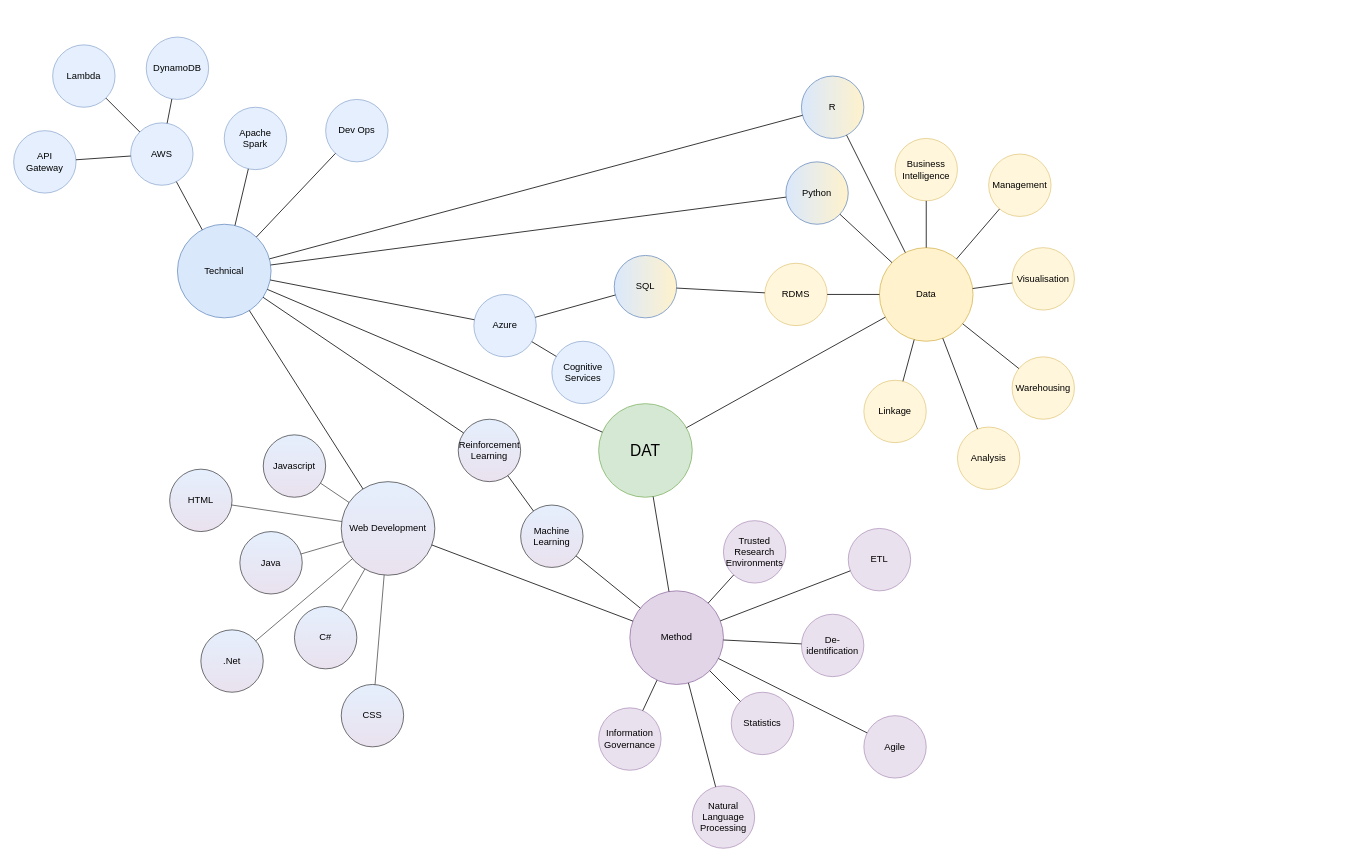
Above: images/dat_skills.drawio in LIDA-Data-Analytics-Team/laserdocs_test (draw.io), before the change. Source tidied: cells renumbered, new cells numbered last; positions are measured from the earlier drawing's top-left corner, leaving out a move shared by most shapes. Both pictures are drawn from the tidied source at 78%, with x=0, y=0 at pixel (13, 37).
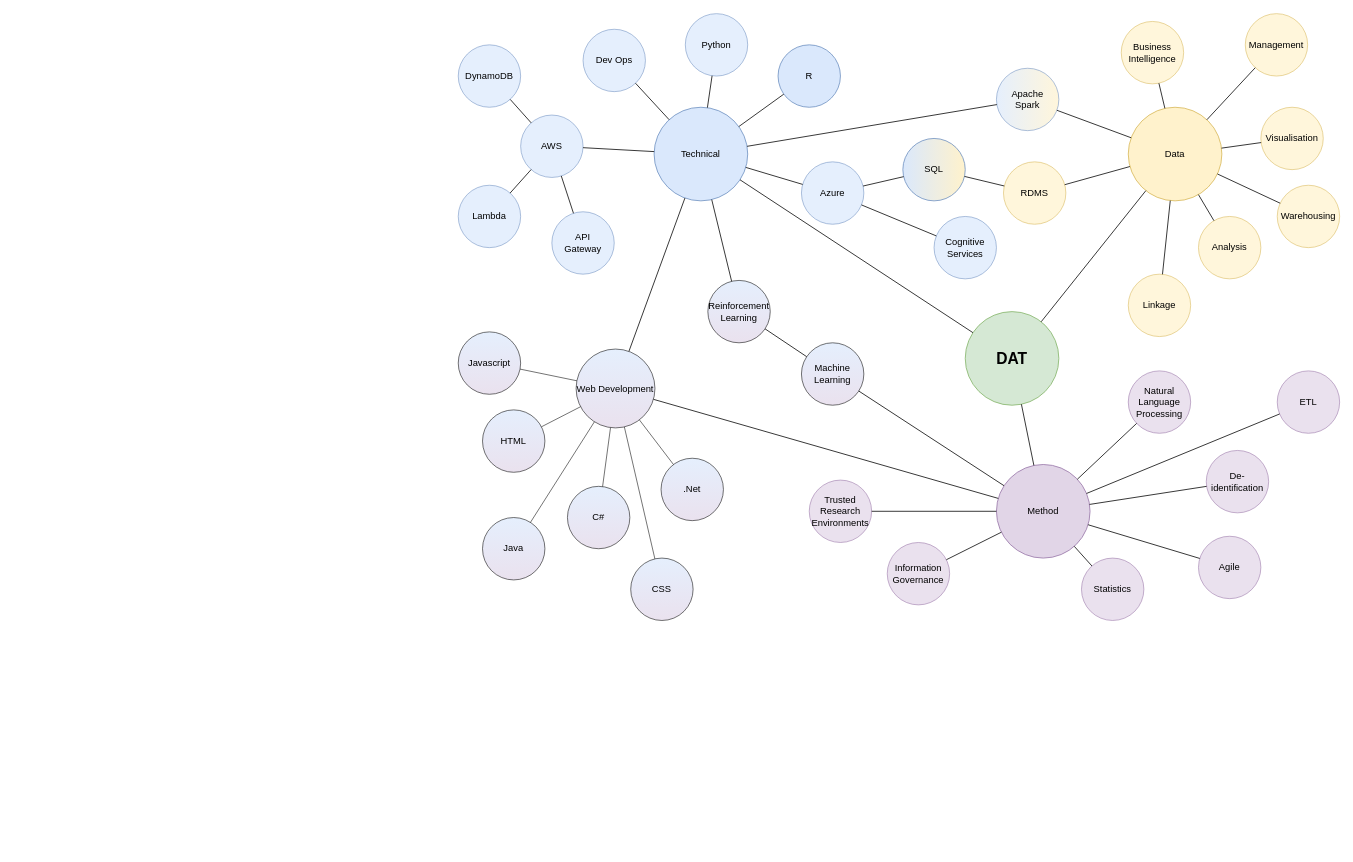
After the change.

Change to the diagram source:
```diff
@@
-    <mxCell id="2" value="DAT" style="ellipse;whiteSpace=wrap;html=1;fillColor=#d5e8d4;strokeColor=#82b366;fontSize=20;" parent="1" vertex="1">
-      <mxGeometry x="750" y="470" width="120" height="120" as="geometry" />
+    <mxCell id="2" value="DAT" style="ellipse;whiteSpace=wrap;html=1;fillColor=#d5e8d4;strokeColor=#82b366;fontSize=20;fontStyle=1;" parent="1" vertex="1">
+      <mxGeometry x="1220" y="352" width="120" height="120" as="geometry" />
     </mxCell>
     <mxCell id="3" value="Technical" style="ellipse;whiteSpace=wrap;html=1;fillColor=#dae8fc;strokeColor=#6c8ebf;" parent="1" vertex="1">
-      <mxGeometry x="210" y="240" width="120" height="120" as="geometry" />
+      <mxGeometry x="821.1" y="90" width="120" height="120" as="geometry" />
     </mxCell>
     <mxCell id="4" value="Data" style="ellipse;whiteSpace=wrap;html=1;fillColor=#fff2cc;strokeColor=#d6b656;" parent="1" vertex="1">
-      <mxGeometry x="1110" y="270" width="120" height="120" as="geometry" />
+      <mxGeometry x="1429" y="90" width="120" height="120" as="geometry" />
     </mxCell>
     <mxCell id="5" value="Method" style="ellipse;whiteSpace=wrap;html=1;fillColor=#e1d5e7;strokeColor=#9673a6;" parent="1" vertex="1">
-      <mxGeometry x="790" y="710" width="120" height="120" as="geometry" />
+      <mxGeometry x="1260" y="548" width="120" height="120" as="geometry" />
     </mxCell>
     <mxCell id="6" value="Business&lt;br&gt;Intelligence" style="ellipse;whiteSpace=wrap;html=1;fillColor=#fff2cc;strokeColor=#d6b656;opacity=70;" parent="1" vertex="1">
-      <mxGeometry x="1130" y="130" width="80" height="80" as="geometry" />
+      <mxGeometry x="1420" y="-20" width="80" height="80" as="geometry" />
     </mxCell>
@@
     <mxCell id="11" value="Analysis" style="ellipse;whiteSpace=wrap;html=1;fillColor=#fff2cc;strokeColor=#d6b656;opacity=70;" parent="1" vertex="1">
-      <mxGeometry x="1210" y="500" width="80" height="80" as="geometry" />
+      <mxGeometry x="1519" y="230" width="80" height="80" as="geometry" />
     </mxCell>
@@
     <mxCell id="13" value="Linkage" style="ellipse;whiteSpace=wrap;html=1;fillColor=#fff2cc;strokeColor=#d6b656;opacity=70;" parent="1" vertex="1">
-      <mxGeometry x="1090" y="440" width="80" height="80" as="geometry" />
+      <mxGeometry x="1429" y="304" width="80" height="80" as="geometry" />
     </mxCell>
@@
     <mxCell id="15" value="Management" style="ellipse;whiteSpace=wrap;html=1;fillColor=#fff2cc;strokeColor=#d6b656;opacity=70;" parent="1" vertex="1">
-      <mxGeometry x="1250" y="150" width="80" height="80" as="geometry" />
+      <mxGeometry x="1579" y="-30" width="80" height="80" as="geometry" />
     </mxCell>
@@
     <mxCell id="17" value="Visualisation" style="ellipse;whiteSpace=wrap;html=1;fillColor=#fff2cc;strokeColor=#d6b656;opacity=70;" parent="1" vertex="1">
-      <mxGeometry x="1280" y="270" width="80" height="80" as="geometry" />
+      <mxGeometry x="1599" y="90" width="80" height="80" as="geometry" />
     </mxCell>
@@
     <mxCell id="19" value="Warehousing" style="ellipse;whiteSpace=wrap;html=1;fillColor=#fff2cc;strokeColor=#d6b656;opacity=70;" parent="1" vertex="1">
-      <mxGeometry x="1280" y="410" width="80" height="80" as="geometry" />
+      <mxGeometry x="1620" y="190" width="80" height="80" as="geometry" />
     </mxCell>
@@
     <mxCell id="21" value="RDMS" style="ellipse;whiteSpace=wrap;html=1;fillColor=#fff2cc;strokeColor=#d6b656;opacity=70;" parent="1" vertex="1">
-      <mxGeometry x="963" y="290" width="80" height="80" as="geometry" />
+      <mxGeometry x="1269" y="160" width="80" height="80" as="geometry" />
     </mxCell>
@@
     <mxCell id="23" value=".Net" style="ellipse;whiteSpace=wrap;html=1;fillColor=#dae8fc;gradientColor=#e1d5e7;opacity=70;" parent="1" vertex="1">
-      <mxGeometry x="240" y="760" width="80" height="80" as="geometry" />
+      <mxGeometry x="830" y="540" width="80" height="80" as="geometry" />
     </mxCell>
@@
     <mxCell id="25" value="AWS" style="ellipse;whiteSpace=wrap;html=1;fillColor=#dae8fc;strokeColor=#6c8ebf;opacity=70;" parent="1" vertex="1">
-      <mxGeometry x="150" y="110" width="80" height="80" as="geometry" />
+      <mxGeometry x="650" y="100" width="80" height="80" as="geometry" />
     </mxCell>
@@
     <mxCell id="27" value="SQL" style="ellipse;whiteSpace=wrap;html=1;gradientDirection=east;fillColor=#dae8fc;strokeColor=#6c8ebf;gradientColor=#fff2cc;" parent="1" vertex="1">
-      <mxGeometry x="770" y="280" width="80" height="80" as="geometry" />
+      <mxGeometry x="1140" y="130" width="80" height="80" as="geometry" />
     </mxCell>
@@
-    <mxCell id="29" value="Apache&lt;br&gt;Spark" style="ellipse;whiteSpace=wrap;html=1;fillColor=#dae8fc;strokeColor=#6c8ebf;opacity=70;" parent="1" vertex="1">
-      <mxGeometry x="270" y="90" width="80" height="80" as="geometry" />
+    <mxCell id="29" value="Apache&lt;br&gt;Spark" style="ellipse;whiteSpace=wrap;html=1;fillColor=#dae8fc;strokeColor=#6c8ebf;opacity=70;gradientDirection=east;gradientColor=#fff2cc;" parent="1" vertex="1">
+      <mxGeometry x="1260" y="40" width="80" height="80" as="geometry" />
     </mxCell>
@@
     <mxCell id="31" value="API&lt;br&gt;Gateway" style="ellipse;whiteSpace=wrap;html=1;fillColor=#dae8fc;strokeColor=#6c8ebf;opacity=70;" parent="1" vertex="1">
-      <mxGeometry y="120" width="80" height="80" as="geometry" />
+      <mxGeometry x="690" y="224" width="80" height="80" as="geometry" />
     </mxCell>
@@
     <mxCell id="33" value="C#" style="ellipse;whiteSpace=wrap;html=1;fillColor=#dae8fc;gradientColor=#e1d5e7;opacity=70;" parent="1" vertex="1">
-      <mxGeometry x="360" y="730" width="80" height="80" as="geometry" />
+      <mxGeometry x="710" y="576" width="80" height="80" as="geometry" />
     </mxCell>
@@
     <mxCell id="35" value="Cognitive Services" style="ellipse;whiteSpace=wrap;html=1;fillColor=#dae8fc;strokeColor=#6c8ebf;opacity=70;" parent="1" vertex="1">
-      <mxGeometry x="690" y="390" width="80" height="80" as="geometry" />
+      <mxGeometry x="1180" y="230" width="80" height="80" as="geometry" />
     </mxCell>
     <mxCell id="36" value="Azure" style="ellipse;whiteSpace=wrap;html=1;fillColor=#dae8fc;strokeColor=#6c8ebf;opacity=70;" parent="1" vertex="1">
-      <mxGeometry x="590" y="330" width="80" height="80" as="geometry" />
+      <mxGeometry x="1010" y="160" width="80" height="80" as="geometry" />
     </mxCell>
@@
     <mxCell id="39" value="CSS" style="ellipse;whiteSpace=wrap;html=1;fillColor=#dae8fc;gradientColor=#e1d5e7;opacity=70;" parent="1" vertex="1">
-      <mxGeometry x="420" y="830" width="80" height="80" as="geometry" />
+      <mxGeometry x="791.1" y="668" width="80" height="80" as="geometry" />
     </mxCell>
@@
     <mxCell id="41" value="Dev Ops" style="ellipse;whiteSpace=wrap;html=1;fillColor=#dae8fc;strokeColor=#6c8ebf;opacity=70;" parent="1" vertex="1">
-      <mxGeometry x="400" y="80" width="80" height="80" as="geometry" />
+      <mxGeometry x="730" y="-10" width="80" height="80" as="geometry" />
     </mxCell>
@@
     <mxCell id="43" value="DynamoDB" style="ellipse;whiteSpace=wrap;html=1;fillColor=#dae8fc;strokeColor=#6c8ebf;opacity=70;" parent="1" vertex="1">
-      <mxGeometry x="170" width="80" height="80" as="geometry" />
+      <mxGeometry x="570" y="10" width="80" height="80" as="geometry" />
     </mxCell>
@@
     <mxCell id="45" value="HTML" style="ellipse;whiteSpace=wrap;html=1;fillColor=#dae8fc;gradientColor=#e1d5e7;opacity=70;" parent="1" vertex="1">
-      <mxGeometry x="200" y="554" width="80" height="80" as="geometry" />
+      <mxGeometry x="601.1" y="478" width="80" height="80" as="geometry" />
     </mxCell>
@@
     <mxCell id="47" value="Java" style="ellipse;whiteSpace=wrap;html=1;fillColor=#dae8fc;gradientColor=#e1d5e7;opacity=70;" parent="1" vertex="1">
-      <mxGeometry x="290" y="634" width="80" height="80" as="geometry" />
+      <mxGeometry x="601.1" y="616" width="80" height="80" as="geometry" />
     </mxCell>
     <mxCell id="48" value="Javascript" style="ellipse;whiteSpace=wrap;html=1;fillColor=#dae8fc;gradientColor=#e1d5e7;opacity=70;" parent="1" vertex="1">
-      <mxGeometry x="320" y="510" width="80" height="80" as="geometry" />
+      <mxGeometry x="570" y="378" width="80" height="80" as="geometry" />
     </mxCell>
@@
     <mxCell id="51" value="Lambda" style="ellipse;whiteSpace=wrap;html=1;fillColor=#dae8fc;strokeColor=#6c8ebf;opacity=70;" parent="1" vertex="1">
-      <mxGeometry x="50" y="10" width="80" height="80" as="geometry" />
+      <mxGeometry x="570" y="190" width="80" height="80" as="geometry" />
     </mxCell>
@@
-    <mxCell id="53" value="Python" style="ellipse;whiteSpace=wrap;html=1;gradientDirection=east;fillColor=#dae8fc;strokeColor=#6c8ebf;gradientColor=#fff2cc;" parent="1" vertex="1">
-      <mxGeometry x="990" y="160" width="80" height="80" as="geometry" />
+    <mxCell id="53" value="Python" style="ellipse;whiteSpace=wrap;html=1;gradientDirection=east;fillColor=#dae8fc;strokeColor=#6c8ebf;gradientColor=none;opacity=70;" parent="1" vertex="1">
+      <mxGeometry x="861.1" y="-30" width="80" height="80" as="geometry" />
     </mxCell>
@@
-    <mxCell id="55" value="R" style="ellipse;whiteSpace=wrap;html=1;gradientDirection=east;fillColor=#dae8fc;strokeColor=#6c8ebf;gradientColor=#fff2cc;" parent="1" vertex="1">
-      <mxGeometry x="1010" y="50" width="80" height="80" as="geometry" />
+    <mxCell id="55" value="R" style="ellipse;whiteSpace=wrap;html=1;gradientDirection=east;fillColor=#dae8fc;strokeColor=#6c8ebf;gradientColor=none;" parent="1" vertex="1">
+      <mxGeometry x="980" y="10" width="80" height="80" as="geometry" />
     </mxCell>
@@
     <mxCell id="57" value="Reinforcement Learning" style="ellipse;whiteSpace=wrap;html=1;fillColor=#dae8fc;gradientColor=#e1d5e7;opacity=70;" parent="1" vertex="1">
-      <mxGeometry x="570" y="490" width="80" height="80" as="geometry" />
+      <mxGeometry x="890" y="312" width="80" height="80" as="geometry" />
     </mxCell>
@@
     <mxCell id="59" value="Agile" style="ellipse;whiteSpace=wrap;html=1;fillColor=#e1d5e7;strokeColor=#9673a6;opacity=70;" parent="1" vertex="1">
-      <mxGeometry x="1090" y="870" width="80" height="80" as="geometry" />
+      <mxGeometry x="1519" y="640" width="80" height="80" as="geometry" />
     </mxCell>
@@
     <mxCell id="61" value="De-identification" style="ellipse;whiteSpace=wrap;html=1;fillColor=#e1d5e7;strokeColor=#9673a6;opacity=70;" parent="1" vertex="1">
-      <mxGeometry x="1010" y="740" width="80" height="80" as="geometry" />
+      <mxGeometry x="1529" y="530" width="80" height="80" as="geometry" />
     </mxCell>
@@
     <mxCell id="63" value="ETL" style="ellipse;whiteSpace=wrap;html=1;fillColor=#e1d5e7;strokeColor=#9673a6;opacity=70;" parent="1" vertex="1">
-      <mxGeometry x="1070" y="630" width="80" height="80" as="geometry" />
+      <mxGeometry x="1620" y="428" width="80" height="80" as="geometry" />
     </mxCell>
@@
     <mxCell id="65" value="Information Governance" style="ellipse;whiteSpace=wrap;html=1;fillColor=#e1d5e7;strokeColor=#9673a6;opacity=70;" parent="1" vertex="1">
-      <mxGeometry x="750" y="860" width="80" height="80" as="geometry" />
+      <mxGeometry x="1120" y="648" width="80" height="80" as="geometry" />
     </mxCell>
@@
     <mxCell id="67" value="Machine Learning" style="ellipse;whiteSpace=wrap;html=1;gradientColor=#e1d5e7;fillColor=#dae8fc;opacity=70;" parent="1" vertex="1">
-      <mxGeometry x="650" y="600" width="80" height="80" as="geometry" />
+      <mxGeometry x="1010" y="392" width="80" height="80" as="geometry" />
     </mxCell>
@@
     <mxCell id="70" value="Natural Language Processing" style="ellipse;whiteSpace=wrap;html=1;fillColor=#e1d5e7;strokeColor=#9673a6;opacity=70;" parent="1" vertex="1">
-      <mxGeometry x="870" y="960" width="80" height="80" as="geometry" />
+      <mxGeometry x="1429" y="428" width="80" height="80" as="geometry" />
     </mxCell>
@@
     <mxCell id="72" value="Statistics" style="ellipse;whiteSpace=wrap;html=1;fillColor=#e1d5e7;strokeColor=#9673a6;opacity=70;" parent="1" vertex="1">
-      <mxGeometry x="920" y="840" width="80" height="80" as="geometry" />
+      <mxGeometry x="1369" y="668" width="80" height="80" as="geometry" />
     </mxCell>
@@
     <mxCell id="74" value="Trusted Research Environments" style="ellipse;whiteSpace=wrap;html=1;fillColor=#e1d5e7;strokeColor=#9673a6;opacity=70;" parent="1" vertex="1">
-      <mxGeometry x="910" y="620" width="80" height="80" as="geometry" />
+      <mxGeometry x="1020" y="568" width="80" height="80" as="geometry" />
     </mxCell>
@@
     <mxCell id="76" value="Web Development" style="ellipse;whiteSpace=wrap;html=1;fillColor=#dae8fc;gradientColor=#e1d5e7;opacity=70;" parent="1" vertex="1">
-      <mxGeometry x="420" y="570" width="120" height="120" as="geometry" />
+      <mxGeometry x="721.1" y="400" width="101.1" height="101.1" as="geometry" />
     </mxCell>
@@
-    <mxCell id="79" style="endArrow=none;html=1;rounded=0;" parent="1" edge="1" source="53" target="4">
-      <mxGeometry relative="1" as="geometry" />
-    </mxCell>
-    <mxCell id="80" style="endArrow=none;html=1;rounded=0;" parent="1" edge="1" source="55" target="4">
-      <mxGeometry relative="1" as="geometry" />
-    </mxCell>
@@
+    <mxCell id="82" style="endArrow=none;html=1;rounded=0;" parent="1" edge="1" source="4" target="29">
+      <mxGeometry relative="1" as="geometry" />
+    </mxCell>
```
